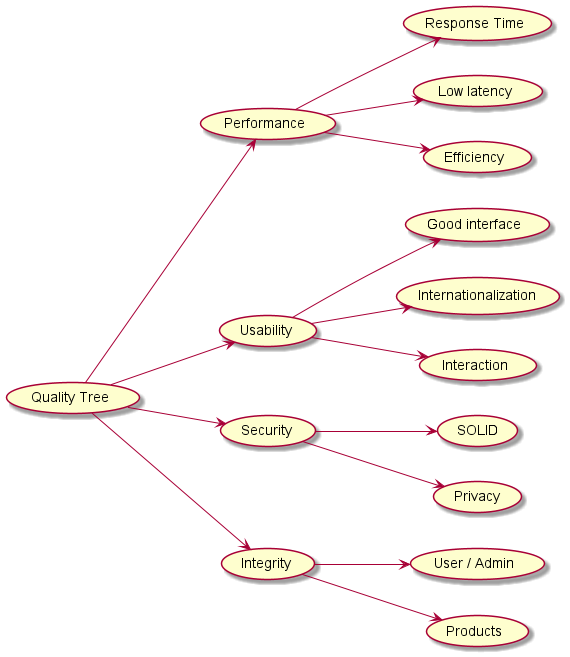
Arquisoft/Arquisoft-dede_es_04a keeps this PlantUML diagram as images/Quality tree.png. Above is the earlier version.
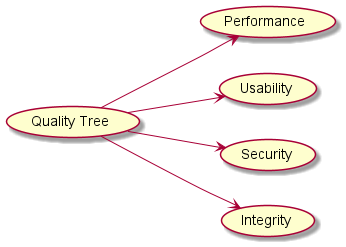
After the change.

Change to the diagram source:
```diff
@@ -5,28 +5,8 @@
 (Usability) as (U)
 (Security) as (Se)
 (Integrity) as (In)
-(Response Time) as (ResponseTime)
-(Low latency) as (LowLatency)
-(Efficiency) as (Efficiency)
-(Good interface) as (GoodInterface)
-(Internationalization) as (Inter)
-(Interaction) as (Interaction)
-(SOLID) as (SOLID)
-(Privacy) as (Privacy)
-(User / Admin) as (UserAdmin)
-(Products) as (Products)
 QT --> Pr
 QT --> U
 QT --> Se
 QT --> In
-Pr --> ResponseTime
-Pr --> LowLatency
-Pr --> Efficiency
-U --> GoodInterface
-U --> Inter
-U --> Interaction
-Se --> SOLID
-Se --> Privacy
-In --> UserAdmin
-In --> Products
 @enduml
```
